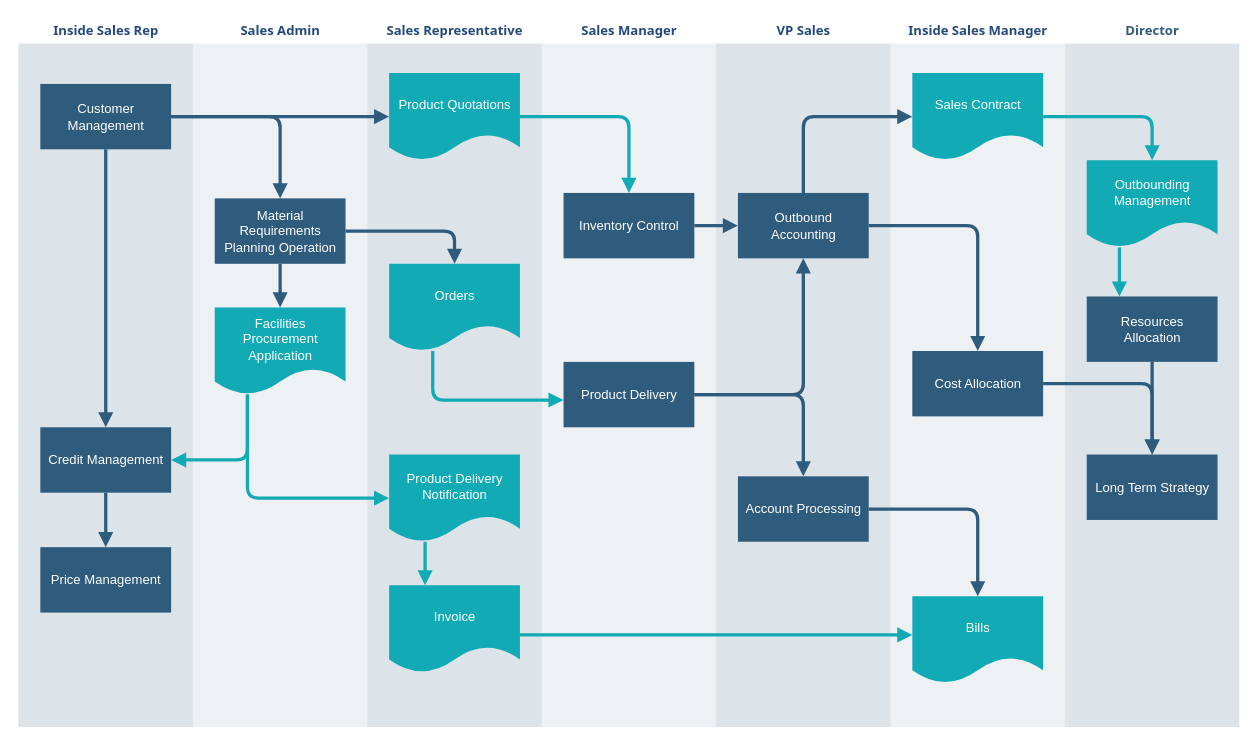
This is 未命名绘图.drawio from banluaaa/Chess, a draw.io file, before an edit. Source tidied: cells renumbered, new cells numbered last; positions are measured from the earlier drawing's top-left corner, leaving out a move shared by most shapes. Both pictures are drawn from the tidied source at 109%, with x=0, y=0 at pixel (17, 17).
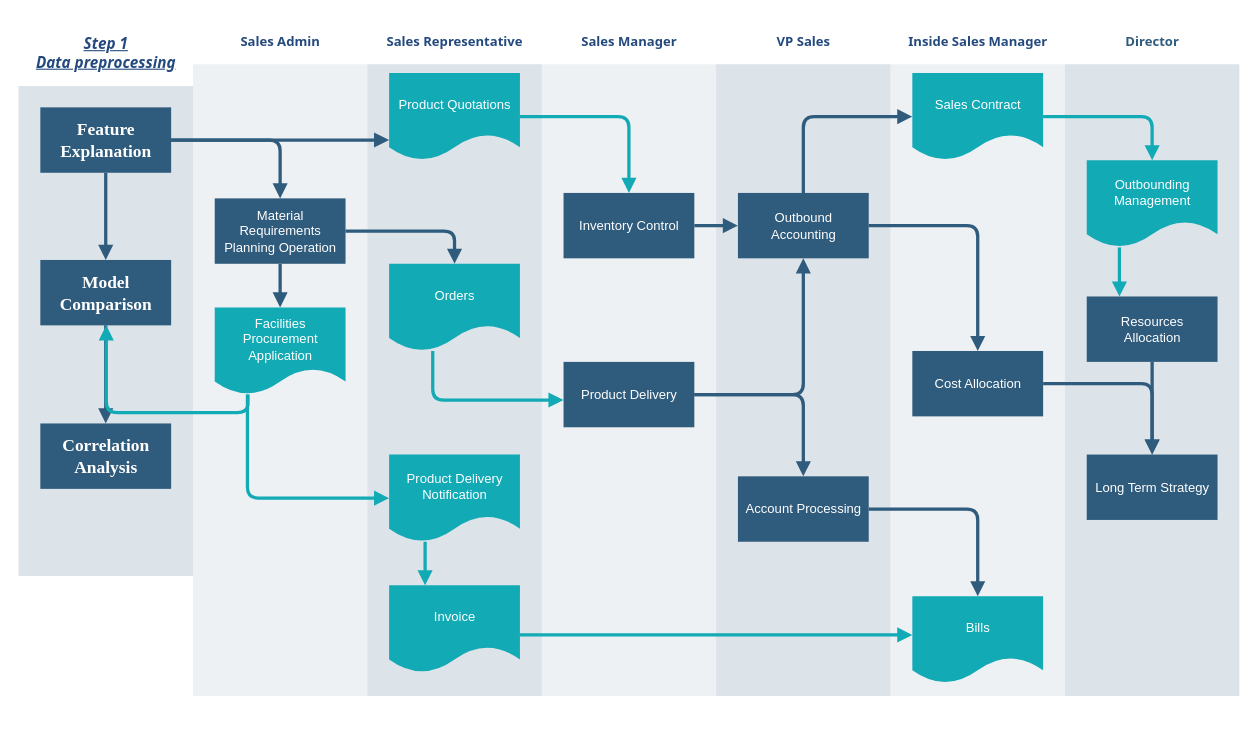
After the change.

Unchanged cells that the change refers to:
```xml
<mxCell id="17" value="&lt;font color=&quot;#ffffff&quot;&gt;Facilities Procurement&lt;br&gt;Application&lt;/font&gt;&lt;br&gt; " style="shape=document;whiteSpace=wrap;verticalAlign=middle;strokeColor=none;fillColor=#12aab5;shadow=0;fontColor=#FFFFFF;fontFamily=Helvetica;fontStyle=0;html=1;fontSize=12;spacing=6;spacingBottom=22;" parent="15" vertex="1">
  <mxGeometry x="20" y="265" width="120" height="80" as="geometry" />
</mxCell>
```

What changed in the source:
```diff
@@
-    <mxCell id="2" value="&lt;font color=&quot;#23497d&quot;&gt;Inside Sales Rep&lt;/font&gt;" style="swimlane;whiteSpace=wrap;fillColor=none;swimlaneFillColor=#BAC8D3;fontColor=#2F5B7C;fontFamily=Tahoma;html=1;strokeColor=none;opacity=50;" parent="1" vertex="1">
-      <mxGeometry x="0.5" y="0.5" width="160" height="650" as="geometry" />
+    <mxCell id="2" value="&lt;font color=&quot;#23497d&quot;&gt;&lt;u style=&quot;font-size: 14px;&quot;&gt;&lt;i&gt;Step 1&lt;br&gt;Data preprocessing&lt;br&gt;&lt;/i&gt;&lt;/u&gt;&lt;/font&gt;" style="swimlane;whiteSpace=wrap;fillColor=none;swimlaneFillColor=#BAC8D3;fontColor=#2F5B7C;fontFamily=Tahoma;html=1;strokeColor=none;opacity=50;startSize=62;" parent="1" vertex="1">
+      <mxGeometry x="0.5" y="0.5" width="160" height="511.5" as="geometry" />
     </mxCell>
-    <mxCell id="3" value="Customer Management" style="whiteSpace=wrap;shadow=0;fontColor=#FFFFFF;fontFamily=Helvetica;fontStyle=0;html=1;fontSize=12;plain-purple;strokeColor=none;fillColor=#2f5b7c;gradientColor=none;spacing=6;verticalAlign=middle;" parent="2" vertex="1">
-      <mxGeometry x="20" y="60" width="120" height="60" as="geometry" />
+    <mxCell id="3" value="&lt;font size=&quot;1&quot; face=&quot;Times New Roman&quot; style=&quot;&quot;&gt;&lt;b style=&quot;font-size: 16px;&quot;&gt;Feature Explanation&lt;/b&gt;&lt;/font&gt;" style="whiteSpace=wrap;shadow=0;fontColor=#FFFFFF;fontFamily=Helvetica;fontStyle=0;html=1;fontSize=12;plain-purple;strokeColor=none;fillColor=#2f5b7c;gradientColor=none;spacing=6;verticalAlign=middle;" parent="2" vertex="1">
+      <mxGeometry x="20" y="81.5" width="120" height="60" as="geometry" />
     </mxCell>
-    <mxCell id="4" value="Credit Management" style="whiteSpace=wrap;strokeColor=none;fillColor=#2f5b7c;shadow=0;fontColor=#FFFFFF;fontFamily=Helvetica;fontStyle=0;html=1;fontSize=12;spacing=6;verticalAlign=middle;" parent="2" vertex="1">
-      <mxGeometry x="20" y="375" width="120" height="60" as="geometry" />
+    <mxCell id="4" value="&lt;font style=&quot;font-size: 16px;&quot; face=&quot;Times New Roman&quot;&gt;&lt;b style=&quot;&quot;&gt;Model Comparison&lt;/b&gt;&lt;/font&gt;" style="whiteSpace=wrap;strokeColor=none;fillColor=#2f5b7c;shadow=0;fontColor=#FFFFFF;fontFamily=Helvetica;fontStyle=0;html=1;fontSize=12;spacing=6;verticalAlign=middle;" parent="2" vertex="1">
+      <mxGeometry x="20" y="221.5" width="120" height="60" as="geometry" />
     </mxCell>
-    <mxCell id="5" value="Price Management" style="whiteSpace=wrap;strokeColor=none;fillColor=#2f5b7c;shadow=0;fontColor=#FFFFFF;fontFamily=Helvetica;fontStyle=0;html=1;fontSize=12;spacing=6;verticalAlign=middle;" parent="2" vertex="1">
-      <mxGeometry x="20" y="485" width="120" height="60" as="geometry" />
+    <mxCell id="5" value="&lt;b&gt;&lt;font style=&quot;font-size: 16px;&quot; face=&quot;Times New Roman&quot;&gt;Correlation Analysis&lt;/font&gt;&lt;/b&gt;" style="whiteSpace=wrap;strokeColor=none;fillColor=#2f5b7c;shadow=0;fontColor=#FFFFFF;fontFamily=Helvetica;fontStyle=0;html=1;fontSize=12;spacing=6;verticalAlign=middle;" parent="2" vertex="1">
+      <mxGeometry x="20" y="371.5" width="120" height="60" as="geometry" />
     </mxCell>
@@
-    <mxCell id="8" value="&lt;font color=&quot;#23497d&quot;&gt;Inside Sales Manager&lt;/font&gt;" style="swimlane;whiteSpace=wrap;fillColor=none;swimlaneFillColor=#BAC8D3;fontColor=#2F5B7C;fontFamily=Tahoma;html=1;strokeColor=none;opacity=25;" parent="1" vertex="1">
-      <mxGeometry x="800.5" y="0.5" width="160" height="650" as="geometry" />
+    <mxCell id="8" value="&lt;font color=&quot;#23497d&quot;&gt;Inside Sales Manager&lt;/font&gt;" style="swimlane;whiteSpace=wrap;fillColor=none;swimlaneFillColor=#BAC8D3;fontColor=#2F5B7C;fontFamily=Tahoma;html=1;strokeColor=none;opacity=25;startSize=42;" parent="1" vertex="1">
+      <mxGeometry x="800.5" y="0.5" width="160" height="621.5" as="geometry" />
     </mxCell>
@@
-    <mxCell id="12" value="&lt;font color=&quot;#23497d&quot;&gt;VP Sales&lt;/font&gt;" style="swimlane;whiteSpace=wrap;fillColor=none;swimlaneFillColor=#BAC8D3;fontColor=#2F5B7C;fontFamily=Tahoma;html=1;strokeColor=none;opacity=50;" parent="1" vertex="1">
-      <mxGeometry x="640.5" y="0.5" width="160" height="650" as="geometry" />
+    <mxCell id="12" value="&lt;font color=&quot;#23497d&quot;&gt;VP Sales&lt;/font&gt;" style="swimlane;whiteSpace=wrap;fillColor=none;swimlaneFillColor=#BAC8D3;fontColor=#2F5B7C;fontFamily=Tahoma;html=1;strokeColor=none;opacity=50;startSize=42;" parent="1" vertex="1">
+      <mxGeometry x="640.5" y="0.5" width="160" height="621.5" as="geometry" />
     </mxCell>
@@
-    <mxCell id="15" value="&lt;font color=&quot;#23497d&quot;&gt;Sales Admin&lt;/font&gt;" style="swimlane;whiteSpace=wrap;fillColor=none;swimlaneFillColor=#BAC8D3;fontColor=#2F5B7C;fontFamily=Tahoma;html=1;strokeColor=none;opacity=25;" parent="1" vertex="1">
-      <mxGeometry x="160.5" y="0.5" width="160" height="650" as="geometry" />
+    <mxCell id="15" value="&lt;font color=&quot;#23497d&quot;&gt;Sales Admin&lt;/font&gt;" style="swimlane;whiteSpace=wrap;fillColor=none;swimlaneFillColor=#BAC8D3;fontColor=#2F5B7C;fontFamily=Tahoma;html=1;strokeColor=none;opacity=25;startSize=42;" parent="1" vertex="1">
+      <mxGeometry x="160.5" y="0.5" width="160" height="621.5" as="geometry" />
     </mxCell>
@@
-    <mxCell id="19" value="&lt;font color=&quot;#23497d&quot;&gt;Sales Representative&lt;/font&gt;" style="swimlane;whiteSpace=wrap;fillColor=none;swimlaneFillColor=#BAC8D3;fontColor=#2F5B7C;fontFamily=Tahoma;html=1;strokeColor=none;opacity=50;" parent="1" vertex="1">
-      <mxGeometry x="320.5" y="0.5" width="160" height="650" as="geometry" />
+    <mxCell id="19" value="&lt;font color=&quot;#23497d&quot;&gt;Sales Representative&lt;/font&gt;" style="swimlane;whiteSpace=wrap;fillColor=none;swimlaneFillColor=#BAC8D3;fontColor=#2F5B7C;fontFamily=Tahoma;html=1;strokeColor=none;opacity=50;startSize=42;" parent="1" vertex="1">
+      <mxGeometry x="320.5" y="0.5" width="160" height="621.5" as="geometry" />
     </mxCell>
@@
-    <mxCell id="25" value="&lt;font color=&quot;#23497d&quot;&gt;Sales Manager&lt;/font&gt;" style="swimlane;whiteSpace=wrap;fillColor=none;swimlaneFillColor=#BAC8D3;fontColor=#2F5B7C;fontFamily=Tahoma;html=1;strokeColor=none;opacity=25;" parent="1" vertex="1">
-      <mxGeometry x="480.5" y="0.5" width="160" height="650" as="geometry" />
+    <mxCell id="25" value="&lt;font color=&quot;#23497d&quot;&gt;Sales Manager&lt;/font&gt;" style="swimlane;whiteSpace=wrap;fillColor=none;swimlaneFillColor=#BAC8D3;fontColor=#2F5B7C;fontFamily=Tahoma;html=1;strokeColor=none;opacity=25;startSize=42;" parent="1" vertex="1">
+      <mxGeometry x="480.5" y="0.5" width="160" height="621.5" as="geometry" />
     </mxCell>
@@
-    <mxCell id="28" value="Director" style="swimlane;whiteSpace=wrap;fillColor=none;swimlaneFillColor=#BAC8D3;fontColor=#2F5B7C;fontFamily=Tahoma;html=1;strokeColor=none;opacity=50;" parent="1" vertex="1">
-      <mxGeometry x="960.5" y="0.5" width="160" height="650" as="geometry" />
+    <mxCell id="28" value="Director" style="swimlane;whiteSpace=wrap;fillColor=none;swimlaneFillColor=#BAC8D3;fontColor=#2F5B7C;fontFamily=Tahoma;html=1;strokeColor=none;opacity=50;startSize=42;" parent="1" vertex="1">
+      <mxGeometry x="960.5" y="0.5" width="160" height="621.5" as="geometry" />
     </mxCell>
@@
     <mxCell id="35" style="edgeStyle=segmentEdgeStyle;strokeColor=#12AAB5;strokeWidth=3;html=1;endArrow=block;endFill=1;" parent="1" edge="1" source="17" target="4">
       <mxGeometry x="164.5" y="433.5" as="geometry">
         <Array as="points">
-          <mxPoint x="210.5" y="405.5" />
+          <mxPoint x="211" y="362" />
+          <mxPoint x="81" y="362" />
         </Array>
       </mxGeometry>
     </mxCell>
```
